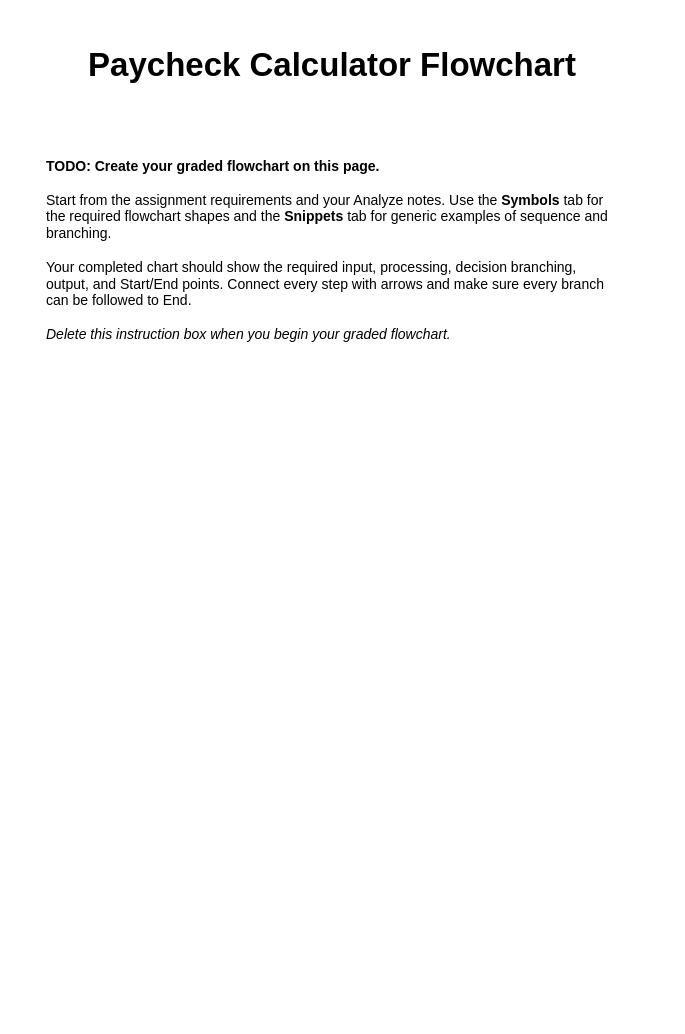
Earlier version of the draw.io diagram page "Paycheck Calculator" (1 of 5) of design/paycheck_calculator.drawio (Flipperwa/it140-m3-assignment-david). Source tidied: cells renumbered, new cells numbered last; positions are measured from the earlier drawing's top-left corner, leaving out a move shared by most shapes. Both pictures are drawn from the tidied source at 100%, with x=0, y=0 at pixel (32, 29).
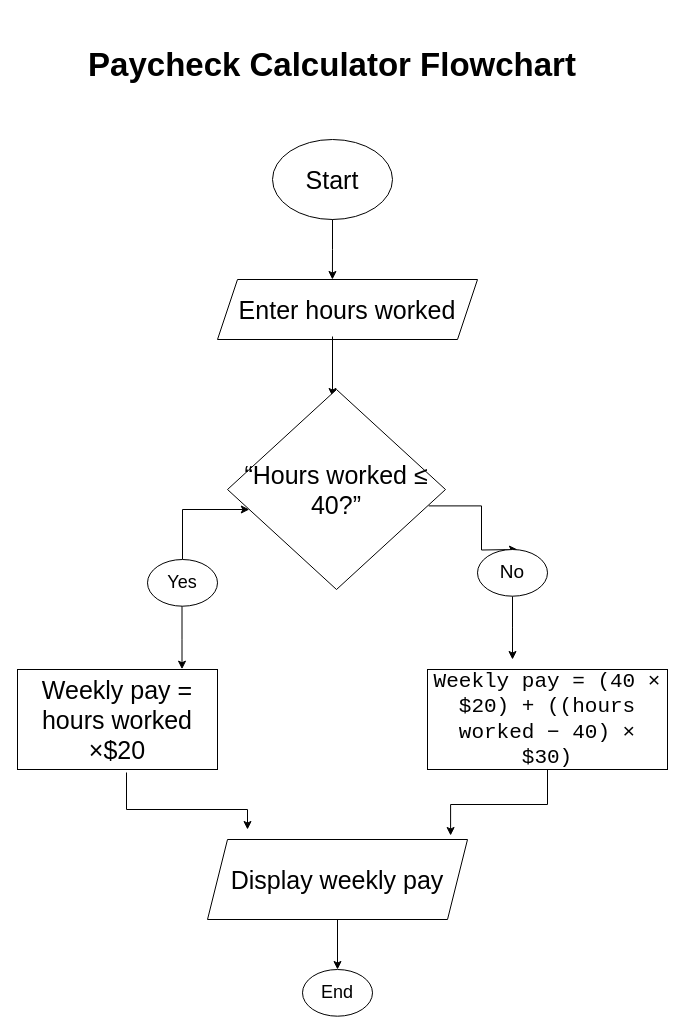
The same diagram, later.

Commit message (it also covers changes not shown here):
Complete paycheck calculator flowchart

What changed in the source:
```diff
@@
-    <mxCell id="3" value="&lt;b&gt;TODO: Create your graded flowchart on this page.&lt;/b&gt;&lt;br&gt;&lt;br&gt;Start from the assignment requirements and your Analyze notes. Use the &lt;b&gt;Symbols&lt;/b&gt; tab for the required flowchart shapes and the &lt;b&gt;Snippets&lt;/b&gt; tab for generic examples of sequence and branching.&lt;br&gt;&lt;br&gt;Your completed chart should show the required input, processing, decision branching, output, and Start/End points. Connect every step with arrows and make sure every branch can be followed to End.&lt;br&gt;&lt;br&gt;&lt;i&gt;Delete this instruction box when you begin your graded flowchart.&lt;/i&gt;" style="text;html=1;align=left;verticalAlign=top;whiteSpace=wrap;rounded=1;strokeWidth=1;spacing=14;fontSize=14;" parent="1" vertex="1">
-      <mxGeometry y="110" width="600" height="330" as="geometry" />
-    </mxCell>
+    <mxCell id="4" value="&lt;font style=&quot;font-size: 25px;&quot;&gt;Start&lt;/font&gt;" style="ellipse;whiteSpace=wrap;html=1;shapeInside=1;" parent="1" vertex="1">
+      <mxGeometry x="240" y="110" width="120" height="80" as="geometry" />
+    </mxCell>
+    <mxCell id="5" value="&lt;font style=&quot;font-size: 25px;&quot;&gt;Enter hours worked&lt;/font&gt;" style="shape=parallelogram;perimeter=parallelogramPerimeter;whiteSpace=wrap;html=1;shapeInside=1;fixedSize=1;" parent="1" vertex="1">
+      <mxGeometry x="185" y="250" width="260" height="60" as="geometry" />
+    </mxCell>
+    <mxCell id="6" style="edgeStyle=orthogonalEdgeStyle;rounded=0;jettySize=auto;html=1;exitX=0.923;exitY=0.582;exitDx=0;exitDy=0;exitPerimeter=0;" parent="1" edge="1" source="21">
+      <mxGeometry relative="1" as="geometry">
+        <mxPoint x="485" y="520" as="targetPoint" />
+      </mxGeometry>
+    </mxCell>
+    <mxCell id="7" style="edgeStyle=orthogonalEdgeStyle;rounded=0;jettySize=auto;html=1;exitX=0.5;exitY=0;exitDx=0;exitDy=0;" parent="1" edge="1" source="8" target="21">
+      <mxGeometry relative="1" as="geometry">
+        <Array as="points">
+          <mxPoint x="150" y="480" />
+        </Array>
+      </mxGeometry>
+    </mxCell>
+    <mxCell id="8" value="&lt;font style=&quot;font-size: 18px;&quot;&gt;Yes&lt;/font&gt;" style="ellipse;whiteSpace=wrap;html=1;shapeInside=1;" parent="1" vertex="1">
+      <mxGeometry x="115" y="530" width="70" height="46.7" as="geometry" />
+    </mxCell>
+    <mxCell id="9" style="edgeStyle=orthogonalEdgeStyle;rounded=0;jettySize=auto;html=1;" parent="1" edge="1" source="10">
+      <mxGeometry relative="1" as="geometry">
+        <mxPoint x="480" y="630" as="targetPoint" />
+      </mxGeometry>
+    </mxCell>
+    <mxCell id="10" value="&lt;font style=&quot;font-size: 19px;&quot;&gt;No&lt;/font&gt;" style="ellipse;whiteSpace=wrap;html=1;shapeInside=1;" parent="1" vertex="1">
+      <mxGeometry x="445" y="520" width="70" height="46.7" as="geometry" />
+    </mxCell>
+    <mxCell id="11" style="edgeStyle=orthogonalEdgeStyle;rounded=0;jettySize=auto;html=1;exitX=0.545;exitY=1.03;exitDx=0;exitDy=0;exitPerimeter=0;" parent="1" edge="1" source="12">
+      <mxGeometry relative="1" as="geometry">
+        <mxPoint x="215" y="800" as="targetPoint" />
+        <Array as="points">
+          <mxPoint x="94" y="780" />
+          <mxPoint x="215" y="780" />
+        </Array>
+      </mxGeometry>
+    </mxCell>
+    <mxCell id="12" value="&lt;font style=&quot;font-size: 25px;&quot;&gt;Weekly pay = hours worked ×$20&lt;/font&gt;" style="rounded=0;whiteSpace=wrap;html=1;" parent="1" vertex="1">
+      <mxGeometry x="-15" y="640" width="200" height="100" as="geometry" />
+    </mxCell>
+    <mxCell id="13" style="edgeStyle=orthogonalEdgeStyle;rounded=0;jettySize=auto;html=1;exitX=0.5;exitY=1;exitDx=0;exitDy=0;entryX=0.935;entryY=-0.05;entryDx=0;entryDy=0;entryPerimeter=0;" parent="1" edge="1" source="14" target="16">
+      <mxGeometry relative="1" as="geometry" />
+    </mxCell>
+    <mxCell id="14" value="&lt;code&gt;&lt;font style=&quot;font-size: 21px;&quot;&gt;Weekly pay = (40 × $20) + ((hours worked − 40) × $30)&lt;/font&gt;&lt;/code&gt;" style="rounded=0;whiteSpace=wrap;html=1;" parent="1" vertex="1">
+      <mxGeometry x="395" y="640" width="240" height="100" as="geometry" />
+    </mxCell>
+    <mxCell id="15" style="edgeStyle=orthogonalEdgeStyle;rounded=0;jettySize=auto;html=1;" parent="1" edge="1" source="16" target="17">
+      <mxGeometry relative="1" as="geometry" />
+    </mxCell>
+    <mxCell id="16" value="&lt;font style=&quot;font-size: 25px;&quot;&gt;Display weekly pay&lt;/font&gt;" style="shape=parallelogram;perimeter=parallelogramPerimeter;whiteSpace=wrap;html=1;shapeInside=1;fixedSize=1;" parent="1" vertex="1">
+      <mxGeometry x="175" y="810" width="260" height="80" as="geometry" />
+    </mxCell>
+    <mxCell id="17" value="&lt;font style=&quot;font-size: 18px;&quot;&gt;End&lt;/font&gt;" style="ellipse;whiteSpace=wrap;html=1;shapeInside=1;" parent="1" vertex="1">
+      <mxGeometry x="270" y="940" width="70" height="46.7" as="geometry" />
+    </mxCell>
+    <mxCell id="18" style="edgeStyle=orthogonalEdgeStyle;rounded=0;jettySize=auto;html=1;exitX=0.5;exitY=1;exitDx=0;exitDy=0;entryX=0.442;entryY=0;entryDx=0;entryDy=0;entryPerimeter=0;" parent="1" edge="1" source="4" target="5">
+      <mxGeometry relative="1" as="geometry" />
+    </mxCell>
+    <mxCell id="19" style="edgeStyle=orthogonalEdgeStyle;rounded=0;orthogonalLoop=1;jettySize=auto;html=1;exitX=0.5;exitY=1;exitDx=0;exitDy=0;entryX=0.442;entryY=0;entryDx=0;entryDy=0;entryPerimeter=0;" parent="1" edge="1">
+      <mxGeometry relative="1" as="geometry">
+        <mxPoint x="300" y="307" as="sourcePoint" />
+        <mxPoint x="300" y="367" as="targetPoint" />
+      </mxGeometry>
+    </mxCell>
+    <mxCell id="20" style="edgeStyle=orthogonalEdgeStyle;rounded=0;orthogonalLoop=1;jettySize=auto;html=1;" parent="1" edge="1">
+      <mxGeometry relative="1" as="geometry">
+        <mxPoint x="149.5" y="576.7" as="sourcePoint" />
+        <mxPoint x="149.5" y="639.7" as="targetPoint" />
+        <Array as="points">
+          <mxPoint x="149.5" y="609.7" />
+          <mxPoint x="149.5" y="609.7" />
+        </Array>
+      </mxGeometry>
+    </mxCell>
+    <mxCell id="21" value="&lt;font style=&quot;font-size: 25px;&quot;&gt;“Hours worked ≤ 40?”&lt;/font&gt;" style="rhombus;whiteSpace=wrap;html=1;shapeInside=1;" parent="1" vertex="1">
+      <mxGeometry x="195" y="360" width="218" height="200" as="geometry" />
+    </mxCell>
```
